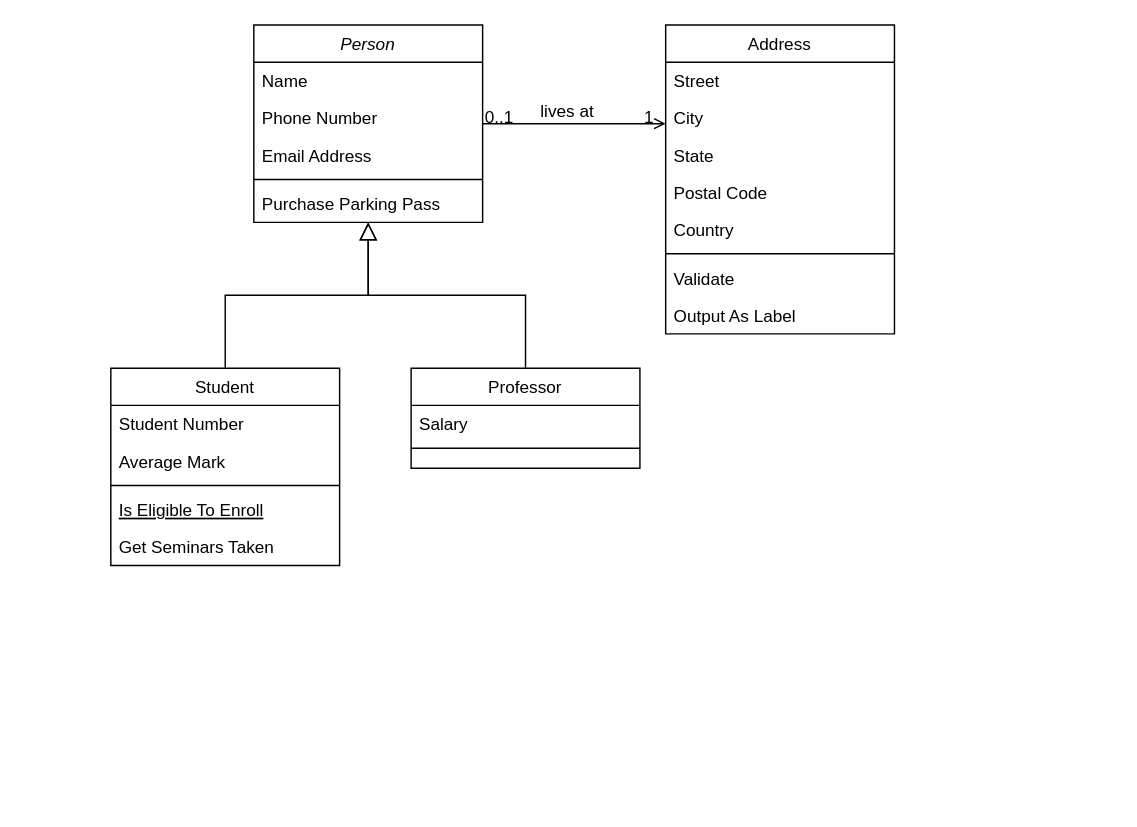
This is Untitled Diagram.drawio from jiankamil257/percabangan.dart, a draw.io file, before an edit. Source tidied: cells renumbered, new cells numbered last; positions are measured from the earlier drawing's top-left corner, leaving out a move shared by most shapes. Both pictures are drawn from the tidied source at 143%, with x=0, y=0 at pixel (110, 24).
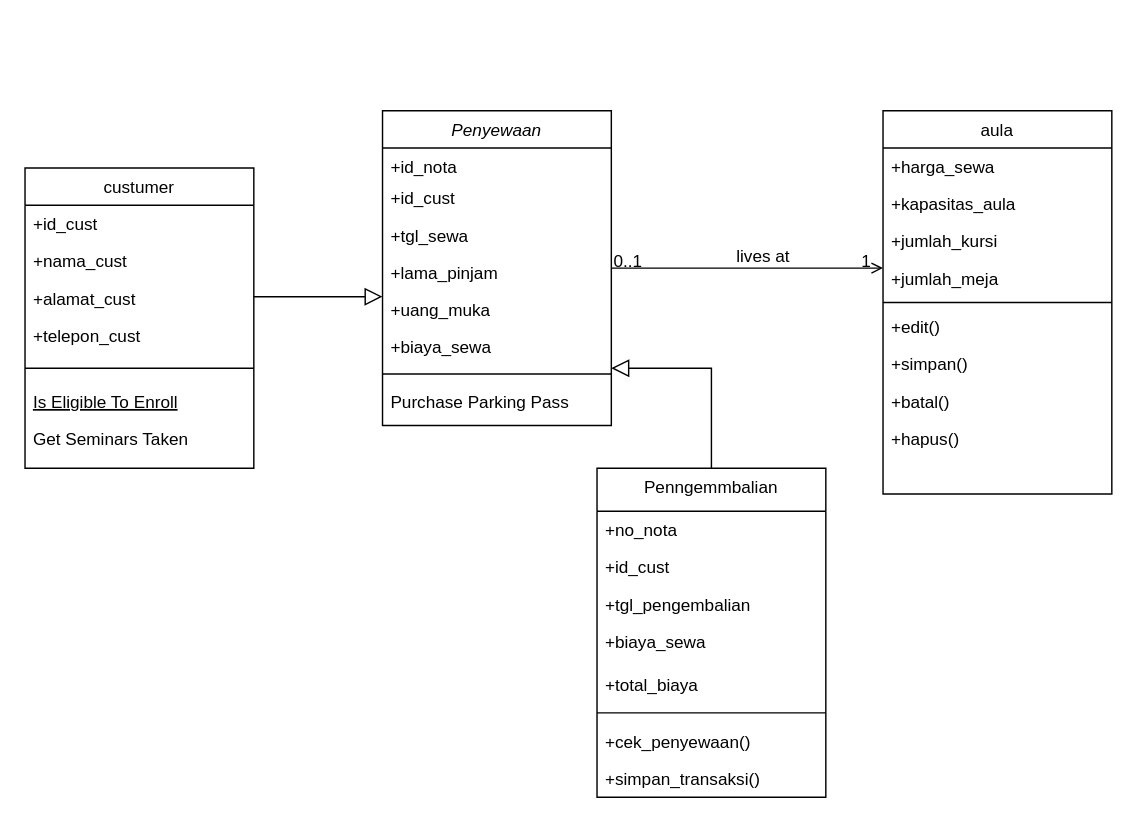
Above is the later version.

What changed in the source:
```diff
@@
-    <mxCell id="2" value="Person" style="swimlane;fontStyle=2;align=center;verticalAlign=top;horizontal=1;startSize=26;rounded=0;shadow=0;strokeWidth=1;" parent="1" vertex="1">
-      <mxGeometry x="100" width="160" height="138" as="geometry" />
+    <mxCell id="2" value="Penyewaan" style="swimlane;fontStyle=2;align=center;verticalAlign=top;horizontal=1;startSize=26;rounded=0;shadow=0;strokeWidth=1;" parent="1" vertex="1">
+      <mxGeometry x="190" y="60" width="160" height="220" as="geometry" />
     </mxCell>
-    <mxCell id="3" value="Name" style="text;align=left;verticalAlign=top;spacingLeft=4;spacingRight=4;overflow=hidden;" parent="2" vertex="1">
-      <mxGeometry y="26" width="160" height="26" as="geometry" />
+    <mxCell id="3" value="+id_nota" style="text;align=left;verticalAlign=top;spacingLeft=4;spacingRight=4;overflow=hidden;" parent="2" vertex="1">
+      <mxGeometry y="26" width="160" height="22" as="geometry" />
     </mxCell>
-    <mxCell id="4" value="Phone Number" style="text;align=left;verticalAlign=top;spacingLeft=4;spacingRight=4;overflow=hidden;rounded=0;shadow=0;html=0;" parent="2" vertex="1">
-      <mxGeometry y="52" width="160" height="26" as="geometry" />
+    <mxCell id="4" value="+id_cust" style="text;align=left;verticalAlign=top;spacingLeft=4;spacingRight=4;overflow=hidden;rounded=0;shadow=0;html=0;" parent="2" vertex="1">
+      <mxGeometry y="48" width="160" height="26" as="geometry" />
     </mxCell>
-    <mxCell id="5" value="Email Address" style="text;align=left;verticalAlign=top;spacingLeft=4;spacingRight=4;overflow=hidden;rounded=0;shadow=0;html=0;" parent="2" vertex="1">
-      <mxGeometry y="78" width="160" height="26" as="geometry" />
+    <mxCell id="5" value="+tgl_sewa &#10;" style="text;align=left;verticalAlign=top;spacingLeft=4;spacingRight=4;overflow=hidden;rounded=0;shadow=0;html=0;" parent="2" vertex="1">
+      <mxGeometry y="74" width="160" height="26" as="geometry" />
     </mxCell>
+    <mxCell id="32" value="+lama_pinjam" style="text;align=left;verticalAlign=top;spacingLeft=4;spacingRight=4;overflow=hidden;rounded=0;shadow=0;html=0;" parent="2" vertex="1">
+      <mxGeometry y="100" width="160" height="26" as="geometry" />
+    </mxCell>
+    <mxCell id="33" value="+uang_muka" style="text;align=left;verticalAlign=top;spacingLeft=4;spacingRight=4;overflow=hidden;rounded=0;shadow=0;html=0;" parent="2" vertex="1">
+      <mxGeometry y="126" width="160" height="26" as="geometry" />
+    </mxCell>
+    <mxCell id="34" value="+biaya_sewa" style="text;align=left;verticalAlign=top;spacingLeft=4;spacingRight=4;overflow=hidden;rounded=0;shadow=0;html=0;" parent="2" vertex="1">
+      <mxGeometry y="152" width="160" height="26" as="geometry" />
+    </mxCell>
     <mxCell id="6" style="line;html=1;strokeWidth=1;align=left;verticalAlign=middle;spacingTop=-1;spacingLeft=3;spacingRight=3;labelPosition=right;" parent="2" vertex="1">
-      <mxGeometry y="104" width="160" height="8" as="geometry" />
+      <mxGeometry y="178" width="160" height="12" as="geometry" />
     </mxCell>
     <mxCell id="7" value="Purchase Parking Pass" style="text;align=left;verticalAlign=top;spacingLeft=4;spacingRight=4;overflow=hidden;" parent="2" vertex="1">
-      <mxGeometry y="112" width="160" height="26" as="geometry" />
+      <mxGeometry y="190" width="160" height="20" as="geometry" />
     </mxCell>
-    <mxCell id="8" value="Student" style="swimlane;fontStyle=0;align=center;verticalAlign=top;horizontal=1;startSize=26;rounded=0;shadow=0;strokeWidth=1;" parent="1" vertex="1">
-      <mxGeometry y="240" width="160" height="138" as="geometry" />
+    <mxCell id="8" value="custumer" style="swimlane;fontStyle=0;align=center;verticalAlign=top;horizontal=1;startSize=26;rounded=0;shadow=0;strokeWidth=1;" parent="1" vertex="1">
+      <mxGeometry x="-60" y="100" width="160" height="210" as="geometry" />
     </mxCell>
-    <mxCell id="9" value="Student Number" style="text;align=left;verticalAlign=top;spacingLeft=4;spacingRight=4;overflow=hidden;" parent="8" vertex="1">
+    <mxCell id="9" value="+id_cust" style="text;align=left;verticalAlign=top;spacingLeft=4;spacingRight=4;overflow=hidden;" parent="8" vertex="1">
       <mxGeometry y="26" width="160" height="26" as="geometry" />
     </mxCell>
-    <mxCell id="10" value="Average Mark" style="text;align=left;verticalAlign=top;spacingLeft=4;spacingRight=4;overflow=hidden;rounded=0;shadow=0;html=0;" parent="8" vertex="1">
+    <mxCell id="10" value="+nama_cust" style="text;align=left;verticalAlign=top;spacingLeft=4;spacingRight=4;overflow=hidden;rounded=0;shadow=0;html=0;" parent="8" vertex="1">
       <mxGeometry y="52" width="160" height="26" as="geometry" />
     </mxCell>
+    <mxCell id="35" value="+alamat_cust" style="text;align=left;verticalAlign=top;spacingLeft=4;spacingRight=4;overflow=hidden;rounded=0;shadow=0;html=0;" parent="8" vertex="1">
+      <mxGeometry y="78" width="160" height="26" as="geometry" />
+    </mxCell>
+    <mxCell id="36" value="+telepon_cust" style="text;align=left;verticalAlign=top;spacingLeft=4;spacingRight=4;overflow=hidden;rounded=0;shadow=0;html=0;" parent="8" vertex="1">
+      <mxGeometry y="104" width="160" height="26" as="geometry" />
+    </mxCell>
     <mxCell id="11" style="line;html=1;strokeWidth=1;align=left;verticalAlign=middle;spacingTop=-1;spacingLeft=3;spacingRight=3;labelPosition=right;" parent="8" vertex="1">
-      <mxGeometry y="78" width="160" height="8" as="geometry" />
+      <mxGeometry y="130" width="160" height="20" as="geometry" />
     </mxCell>
     <mxCell id="12" value="Is Eligible To Enroll" style="text;align=left;verticalAlign=top;spacingLeft=4;spacingRight=4;overflow=hidden;fontStyle=4;" parent="8" vertex="1">
-      <mxGeometry y="86" width="160" height="26" as="geometry" />
+      <mxGeometry y="150" width="160" height="26" as="geometry" />
     </mxCell>
     <mxCell id="13" value="Get Seminars Taken" style="text;align=left;verticalAlign=top;spacingLeft=4;spacingRight=4;overflow=hidden;" parent="8" vertex="1">
-      <mxGeometry y="112" width="160" height="26" as="geometry" />
+      <mxGeometry y="176" width="160" height="26" as="geometry" />
     </mxCell>
@@
-    <mxCell id="15" value="Professor" style="swimlane;fontStyle=0;align=center;verticalAlign=top;horizontal=1;startSize=26;rounded=0;shadow=0;strokeWidth=1;" parent="1" vertex="1">
-      <mxGeometry x="210" y="240" width="160" height="70" as="geometry" />
+    <mxCell id="15" value="Penngemmbalian" style="swimlane;fontStyle=0;align=center;verticalAlign=top;horizontal=1;startSize=30;rounded=0;shadow=0;strokeWidth=1;" parent="1" vertex="1">
+      <mxGeometry x="340" y="310" width="160" height="230" as="geometry" />
     </mxCell>
-    <mxCell id="16" value="Salary" style="text;align=left;verticalAlign=top;spacingLeft=4;spacingRight=4;overflow=hidden;" parent="15" vertex="1">
-      <mxGeometry y="26" width="160" height="26" as="geometry" />
+    <mxCell id="16" value="+no_nota" style="text;align=left;verticalAlign=top;spacingLeft=4;spacingRight=4;overflow=hidden;" parent="15" vertex="1">
+      <mxGeometry y="30" width="160" height="26" as="geometry" />
     </mxCell>
+    <mxCell id="37" value="+id_cust" style="text;align=left;verticalAlign=top;spacingLeft=4;spacingRight=4;overflow=hidden;" parent="15" vertex="1">
+      <mxGeometry y="56" width="160" height="26" as="geometry" />
+    </mxCell>
+    <mxCell id="38" value="+tgl_pengembalian" style="text;align=left;verticalAlign=top;spacingLeft=4;spacingRight=4;overflow=hidden;" parent="15" vertex="1">
+      <mxGeometry y="82" width="160" height="26" as="geometry" />
+    </mxCell>
+    <mxCell id="39" value="+biaya_sewa" style="text;align=left;verticalAlign=top;spacingLeft=4;spacingRight=4;overflow=hidden;" parent="15" vertex="1">
+      <mxGeometry y="108" width="160" height="30" as="geometry" />
+    </mxCell>
+    <mxCell id="40" value="+total_biaya" style="text;align=left;verticalAlign=top;spacingLeft=4;spacingRight=4;overflow=hidden;" parent="15" vertex="1">
+      <mxGeometry y="138" width="160" height="26" as="geometry" />
+    </mxCell>
     <mxCell id="17" style="line;html=1;strokeWidth=1;align=left;verticalAlign=middle;spacingTop=-1;spacingLeft=3;spacingRight=3;labelPosition=right;" parent="15" vertex="1">
-      <mxGeometry y="52" width="160" height="8" as="geometry" />
+      <mxGeometry y="164" width="160" height="14" as="geometry" />
     </mxCell>
+    <mxCell id="41" value="+cek_penyewaan()" style="text;align=left;verticalAlign=top;spacingLeft=4;spacingRight=4;overflow=hidden;" parent="15" vertex="1">
+      <mxGeometry y="178" width="160" height="26" as="geometry" />
+    </mxCell>
+    <mxCell id="42" value="+simpan_transaksi()" style="text;align=left;verticalAlign=top;spacingLeft=4;spacingRight=4;overflow=hidden;" parent="15" vertex="1">
+      <mxGeometry y="204" width="160" height="26" as="geometry" />
+    </mxCell>
     <mxCell id="18" style="endArrow=block;endSize=10;endFill=0;shadow=0;strokeWidth=1;rounded=0;curved=0;edgeStyle=elbowEdgeStyle;elbow=vertical;" parent="1" edge="1" source="15" target="2">
-      <mxGeometry relative="1" as="geometry" />
+      <mxGeometry relative="1" as="geometry">
+        <Array as="points">
+          <mxPoint x="420" y="240" />
+        </Array>
+      </mxGeometry>
     </mxCell>
-    <mxCell id="19" value="Address" style="swimlane;fontStyle=0;align=center;verticalAlign=top;horizontal=1;startSize=26;rounded=0;shadow=0;strokeWidth=1;" parent="1" vertex="1">
-      <mxGeometry x="388" width="160" height="216" as="geometry" />
+    <mxCell id="19" value="aula" style="swimlane;fontStyle=0;align=center;verticalAlign=top;horizontal=1;startSize=26;rounded=0;shadow=0;strokeWidth=1;" parent="1" vertex="1">
+      <mxGeometry x="540" y="60" width="160" height="268" as="geometry" />
     </mxCell>
-    <mxCell id="20" value="Street" style="text;align=left;verticalAlign=top;spacingLeft=4;spacingRight=4;overflow=hidden;" parent="19" vertex="1">
+    <mxCell id="20" value="+harga_sewa" style="text;align=left;verticalAlign=top;spacingLeft=4;spacingRight=4;overflow=hidden;" parent="19" vertex="1">
       <mxGeometry y="26" width="160" height="26" as="geometry" />
     </mxCell>
-    <mxCell id="21" value="City" style="text;align=left;verticalAlign=top;spacingLeft=4;spacingRight=4;overflow=hidden;rounded=0;shadow=0;html=0;" parent="19" vertex="1">
+    <mxCell id="21" value="+kapasitas_aula" style="text;align=left;verticalAlign=top;spacingLeft=4;spacingRight=4;overflow=hidden;rounded=0;shadow=0;html=0;" parent="19" vertex="1">
       <mxGeometry y="52" width="160" height="26" as="geometry" />
     </mxCell>
-    <mxCell id="22" value="State" style="text;align=left;verticalAlign=top;spacingLeft=4;spacingRight=4;overflow=hidden;rounded=0;shadow=0;html=0;" parent="19" vertex="1">
+    <mxCell id="22" value="+jumlah_kursi" style="text;align=left;verticalAlign=top;spacingLeft=4;spacingRight=4;overflow=hidden;rounded=0;shadow=0;html=0;" parent="19" vertex="1">
       <mxGeometry y="78" width="160" height="26" as="geometry" />
     </mxCell>
-    <mxCell id="23" value="Postal Code" style="text;align=left;verticalAlign=top;spacingLeft=4;spacingRight=4;overflow=hidden;rounded=0;shadow=0;html=0;" parent="19" vertex="1">
+    <mxCell id="23" value="+jumlah_meja" style="text;align=left;verticalAlign=top;spacingLeft=4;spacingRight=4;overflow=hidden;rounded=0;shadow=0;html=0;" parent="19" vertex="1">
       <mxGeometry y="104" width="160" height="26" as="geometry" />
     </mxCell>
-    <mxCell id="24" value="Country" style="text;align=left;verticalAlign=top;spacingLeft=4;spacingRight=4;overflow=hidden;rounded=0;shadow=0;html=0;" parent="19" vertex="1">
-      <mxGeometry y="130" width="160" height="26" as="geometry" />
-    </mxCell>
     <mxCell id="25" style="line;html=1;strokeWidth=1;align=left;verticalAlign=middle;spacingTop=-1;spacingLeft=3;spacingRight=3;labelPosition=right;" parent="19" vertex="1">
-      <mxGeometry y="156" width="160" height="8" as="geometry" />
+      <mxGeometry y="130" width="160" height="8" as="geometry" />
     </mxCell>
-    <mxCell id="26" value="Validate" style="text;align=left;verticalAlign=top;spacingLeft=4;spacingRight=4;overflow=hidden;" parent="19" vertex="1">
-      <mxGeometry y="164" width="160" height="26" as="geometry" />
+    <mxCell id="26" value="+edit()" style="text;align=left;verticalAlign=top;spacingLeft=4;spacingRight=4;overflow=hidden;" parent="19" vertex="1">
+      <mxGeometry y="138" width="160" height="26" as="geometry" />
     </mxCell>
-    <mxCell id="27" value="Output As Label" style="text;align=left;verticalAlign=top;spacingLeft=4;spacingRight=4;overflow=hidden;" parent="19" vertex="1">
-      <mxGeometry y="190" width="160" height="26" as="geometry" />
+    <mxCell id="27" value="+simpan()" style="text;align=left;verticalAlign=top;spacingLeft=4;spacingRight=4;overflow=hidden;" parent="19" vertex="1">
+      <mxGeometry y="164" width="160" height="26" as="geometry" />
     </mxCell>
+    <mxCell id="43" value="+batal()" style="text;align=left;verticalAlign=top;spacingLeft=4;spacingRight=4;overflow=hidden;" parent="19" vertex="1">
+      <mxGeometry y="190" width="160" height="26" as="geometry" />
+    </mxCell>
+    <mxCell id="44" value="+hapus()" style="text;align=left;verticalAlign=top;spacingLeft=4;spacingRight=4;overflow=hidden;" parent="19" vertex="1">
+      <mxGeometry y="216" width="160" height="26" as="geometry" />
+    </mxCell>
```
